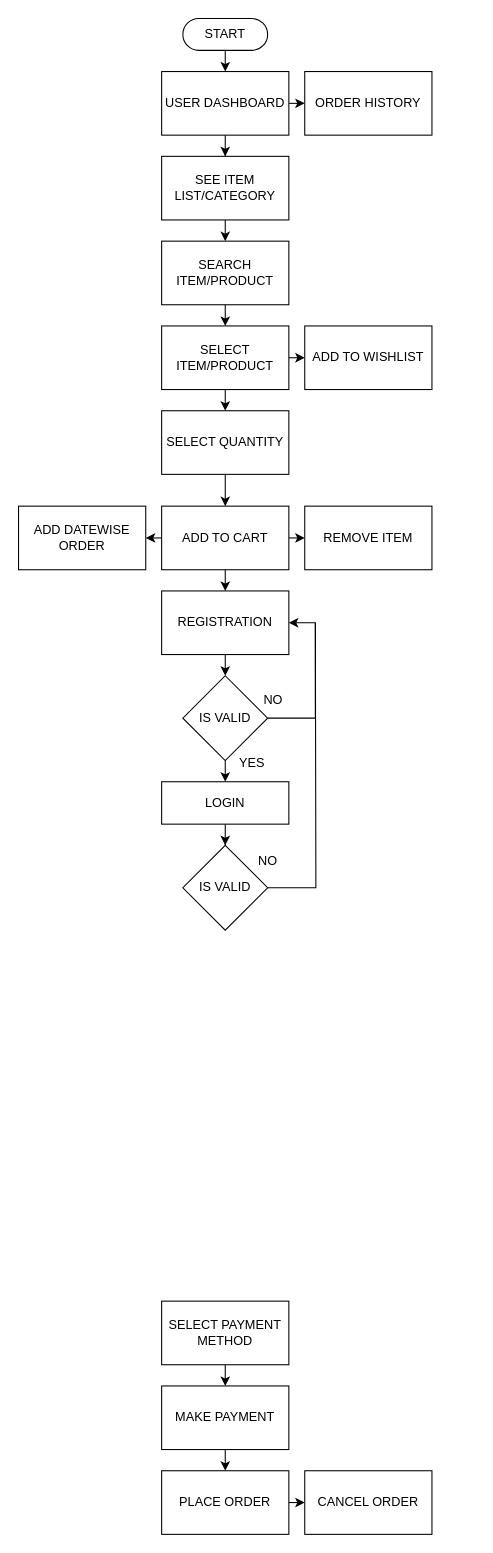
Before: gifthamper.drawio in sonukshatriya/flowchart, a draw.io diagram. Source tidied: cells renumbered, new cells numbered last; positions are measured from the earlier drawing's top-left corner, leaving out a move shared by most shapes. Both pictures are drawn from the tidied source at 106%, with x=0, y=0 at pixel (18, 18).
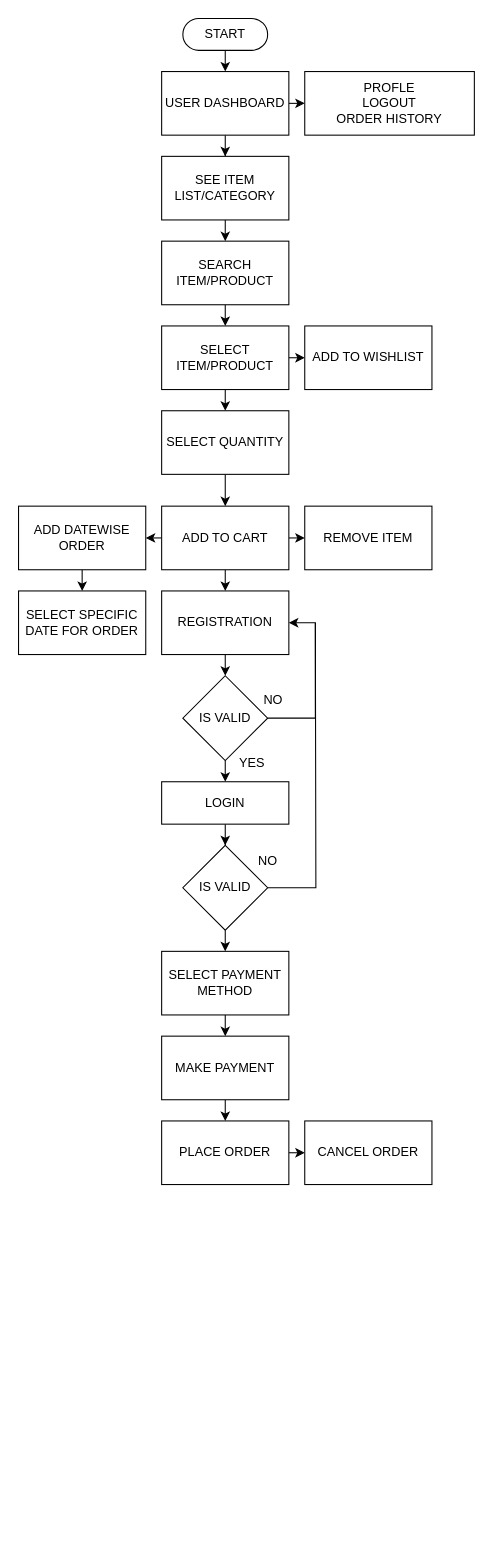
Above is the later version.

Unchanged cells that the change refers to:
```xml
<mxCell id="40" value="IS VALID" style="rhombus;whiteSpace=wrap;html=1;" parent="1" vertex="1">
  <mxGeometry x="155" y="780" width="80" height="80" as="geometry" />
</mxCell>
<mxCell id="42" value="ADD DATEWISE ORDER" style="rounded=0;whiteSpace=wrap;html=1;direction=west;" parent="1" vertex="1">
  <mxGeometry y="460" width="120" height="60" as="geometry" />
</mxCell>
```

The edit, as a diff of the source:
```diff
@@
     <mxCell id="22" value="SELECT PAYMENT METHOD" style="rounded=0;whiteSpace=wrap;html=1;direction=west;" parent="1" vertex="1">
-      <mxGeometry x="135" y="1210" width="120" height="60" as="geometry" />
+      <mxGeometry x="135" y="880" width="120" height="60" as="geometry" />
     </mxCell>
@@
     <mxCell id="24" value="MAKE PAYMENT" style="rounded=0;whiteSpace=wrap;html=1;direction=west;" parent="1" vertex="1">
-      <mxGeometry x="135" y="1290" width="120" height="60" as="geometry" />
+      <mxGeometry x="135" y="960" width="120" height="60" as="geometry" />
     </mxCell>
@@
     <mxCell id="26" style="edgeStyle=orthogonalEdgeStyle;rounded=0;jettySize=auto;html=1;exitX=0;exitY=0.5;exitDx=0;exitDy=0;entryX=1;entryY=0.5;entryDx=0;entryDy=0;" parent="1" edge="1" source="27">
       <mxGeometry relative="1" as="geometry">
-        <mxPoint x="270" y="1400" as="targetPoint" />
+        <mxPoint x="270" y="1070" as="targetPoint" />
       </mxGeometry>
     </mxCell>
     <mxCell id="27" value="PLACE ORDER" style="rounded=0;whiteSpace=wrap;html=1;direction=west;" parent="1" vertex="1">
-      <mxGeometry x="135" y="1370" width="120" height="60" as="geometry" />
+      <mxGeometry x="135" y="1040" width="120" height="60" as="geometry" />
     </mxCell>
     <mxCell id="28" value="CANCEL ORDER" style="rounded=0;whiteSpace=wrap;html=1;direction=west;" parent="1" vertex="1">
-      <mxGeometry x="270" y="1370" width="120" height="60" as="geometry" />
+      <mxGeometry x="270" y="1040" width="120" height="60" as="geometry" />
     </mxCell>
-    <mxCell id="29" value="ORDER HISTORY" style="rounded=0;whiteSpace=wrap;html=1;" parent="1" vertex="1">
-      <mxGeometry x="270" y="50" width="120" height="60" as="geometry" />
+    <mxCell id="29" value="PROFLE&lt;br&gt;LOGOUT&lt;br&gt;ORDER HISTORY" style="rounded=0;whiteSpace=wrap;html=1;" parent="1" vertex="1">
+      <mxGeometry x="270" y="50" width="160" height="60" as="geometry" />
     </mxCell>
@@
+    <mxCell id="43" style="edgeStyle=none;html=1;exitX=0.5;exitY=1;exitDx=0;exitDy=0;entryX=0.5;entryY=1;entryDx=0;entryDy=0;" parent="1" edge="1" source="40">
+      <mxGeometry relative="1" as="geometry">
+        <mxPoint x="195" y="880" as="targetPoint" />
+      </mxGeometry>
+    </mxCell>
@@
+    <mxCell id="44" style="edgeStyle=none;html=1;exitX=0.5;exitY=0;exitDx=0;exitDy=0;entryX=0.5;entryY=1;entryDx=0;entryDy=0;" parent="1" edge="1" source="42" target="45">
+      <mxGeometry relative="1" as="geometry" />
+    </mxCell>
@@
+    <mxCell id="45" value="SELECT SPECIFIC DATE FOR ORDER" style="rounded=0;whiteSpace=wrap;html=1;direction=west;" parent="1" vertex="1">
+      <mxGeometry y="540" width="120" height="60" as="geometry" />
+    </mxCell>
```
